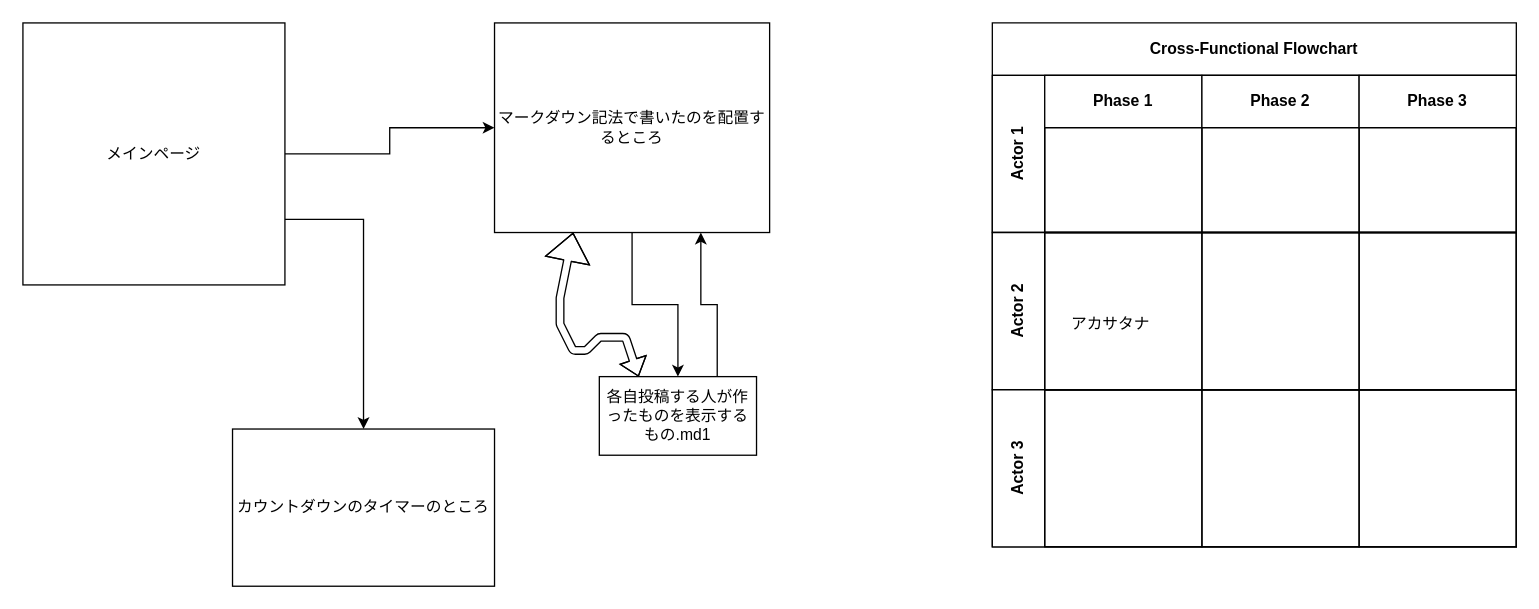
Before: otherfiles/main.drawio in Mochichi2003/Campus-festival, a draw.io diagram. Source tidied: cells renumbered, new cells numbered last; positions are measured from the earlier drawing's top-left corner, leaving out a move shared by most shapes. Both pictures are drawn from the tidied source at 131%, with x=0, y=0 at pixel (22, 22).
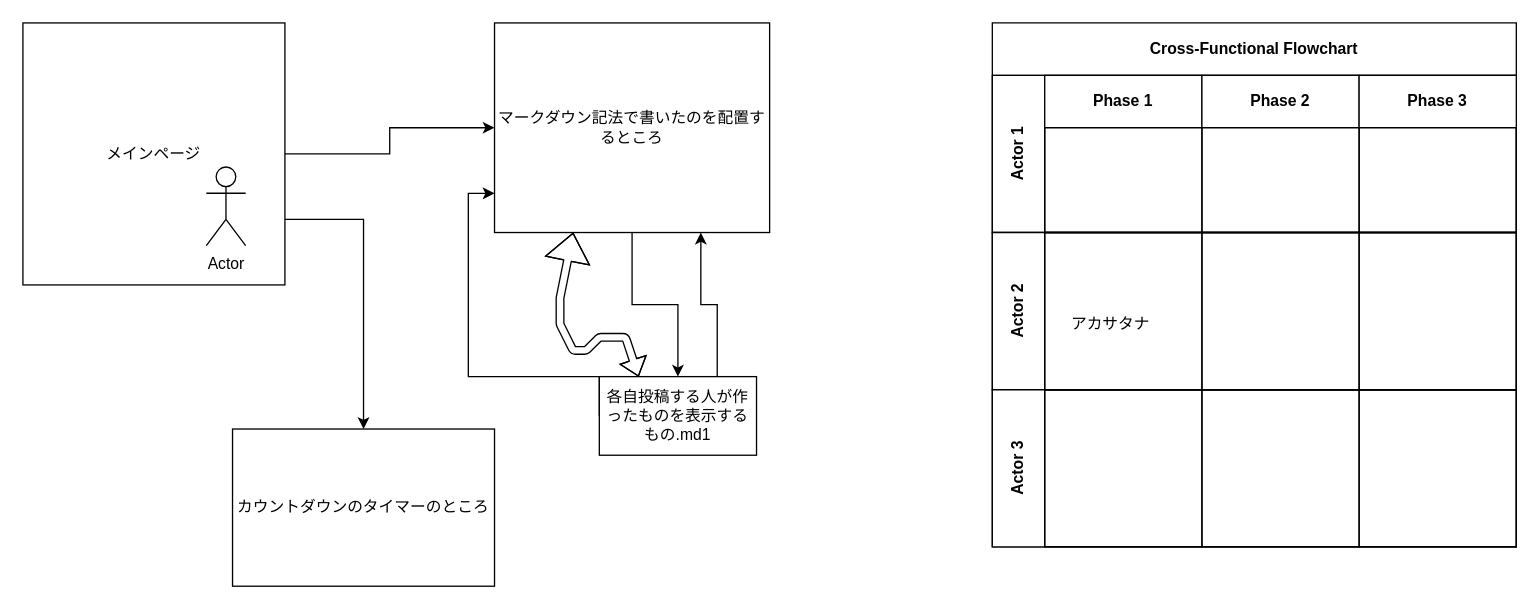
The same page after the edit.

Unchanged cells that the change refers to:
```xml
<mxCell id="7" value="マークダウン記法で書いたのを配置するところ" style="rounded=0;whiteSpace=wrap;html=1;" parent="1" vertex="1">
  <mxGeometry x="360" width="210" height="160" as="geometry" />
</mxCell>
<mxCell id="9" value="各自投稿する人が作ったものを表示するもの.md1" style="rounded=0;whiteSpace=wrap;html=1;" parent="1" vertex="1">
  <mxGeometry x="440" y="270" width="120" height="60" as="geometry" />
</mxCell>
```

The edit, as a diff of the source:
```diff
@@
+    <mxCell id="25" style="edgeStyle=orthogonalEdgeStyle;rounded=0;jettySize=auto;html=1;entryX=0;entryY=0.813;entryDx=0;entryDy=0;entryPerimeter=0;exitX=0;exitY=0.5;exitDx=0;exitDy=0;" parent="1" edge="1" source="9" target="7">
+      <mxGeometry relative="1" as="geometry">
+        <Array as="points">
+          <mxPoint x="440" y="270" />
+          <mxPoint x="340" y="270" />
+          <mxPoint x="340" y="130" />
+        </Array>
+      </mxGeometry>
+    </mxCell>
@@
+    <mxCell id="26" value="Actor" style="shape=umlActor;verticalLabelPosition=bottom;verticalAlign=top;html=1;" parent="1" vertex="1">
+      <mxGeometry x="140" y="110" width="30" height="60" as="geometry" />
+    </mxCell>
```
